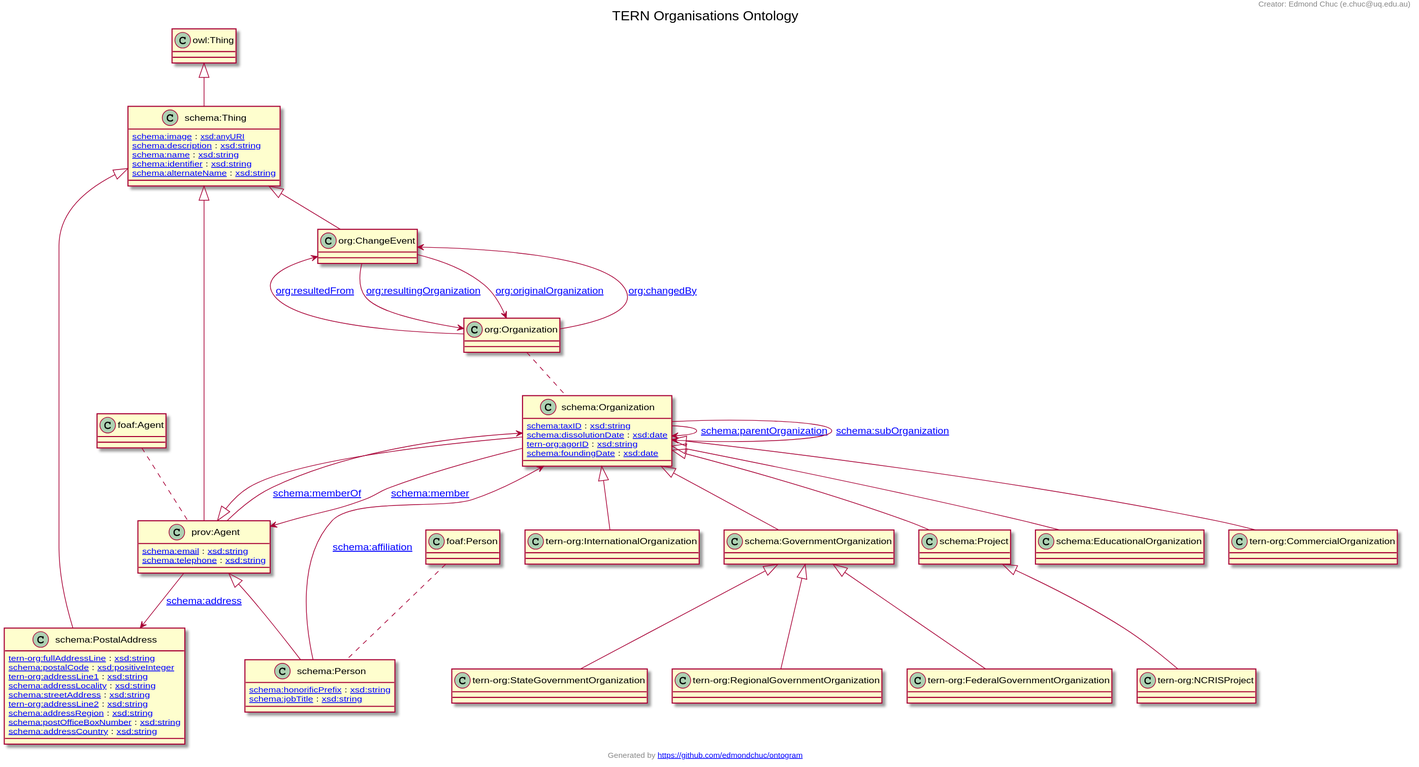
ternaustralia/ontology_tern-org keeps this PlantUML diagram as docs/tern-org.ttl.txt.svg. Above is the earlier version.
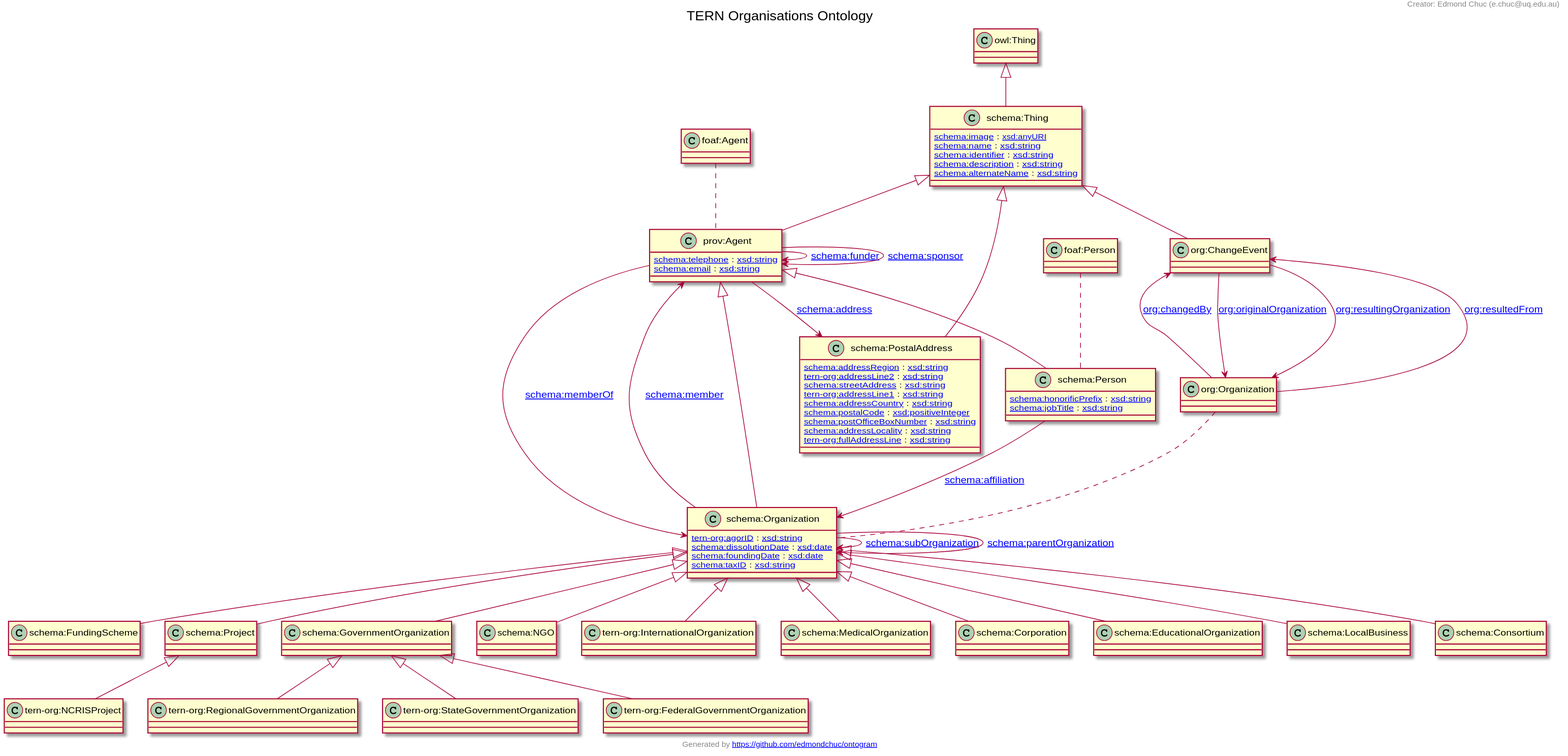
The same diagram one commit later.

Commit message:
Removed tern-org:CommercialOrganization. Added additional specialised organization classes from schema.org. Added schema:sponsor and schema:funder.

The edit, as a diff of the source:
```diff
@@ -1,85 +1,102 @@
 @startuml
 title TERN Organisations Ontology
-"schema:Organization" <|-- "tern-org:CommercialOrganization"
+"schema:Thing" <|-- "prov:Agent"
+"prov:Agent" <|-- "schema:Person"
+"schema:Organization" <|-- "schema:FundingScheme"
+"prov:Agent" <|-- "schema:Organization"
+"schema:Organization" <|-- "schema:Project"
+"schema:GovernmentOrganization" <|-- "tern-org:StateGovernmentOrganization"
+"schema:Organization" <|-- "schema:NGO"
 "schema:GovernmentOrganization" <|-- "tern-org:FederalGovernmentOrganization"
-"schema:GovernmentOrganization" <|-- "tern-org:StateGovernmentOrganization"
-"schema:Organization" <|-- "schema:Project"
-"schema:Thing" <|-- "prov:Agent"
+"schema:Thing" <|-- "org:ChangeEvent"
+"schema:Organization" <|-- "schema:GovernmentOrganization"
 "schema:Organization" <|-- "tern-org:InternationalOrganization"
-"schema:Thing" <|-- "org:ChangeEvent"
-"prov:Agent" <|-- "schema:Organization"
+"schema:Organization" <|-- "schema:MedicalOrganization"
+"schema:Organization" <|-- "schema:Corporation"
+"schema:Project" <|-- "tern-org:NCRISProject"
+"owl:Thing" <|-- "schema:Thing"
 "schema:Thing" <|-- "schema:PostalAddress"
-"schema:Project" <|-- "tern-org:NCRISProject"
+"schema:GovernmentOrganization" <|-- "tern-org:RegionalGovernmentOrganization"
 "schema:Organization" <|-- "schema:EducationalOrganization"
-"schema:GovernmentOrganization" <|-- "tern-org:RegionalGovernmentOrganization"
-"schema:Organization" <|-- "schema:GovernmentOrganization"
-"owl:Thing" <|-- "schema:Thing"
-"prov:Agent" <|-- "schema:Person"
-Class "tern-org:CommercialOrganization" [[https://w3id.org/tern/ontologies/org/CommercialOrganization]] {
-}
-Class "tern-org:FederalGovernmentOrganization" [[https://w3id.org/tern/ontologies/org/FederalGovernmentOrganization]] {
-}
-Class "tern-org:StateGovernmentOrganization" [[https://w3id.org/tern/ontologies/org/StateGovernmentOrganization]] {
-}
-Class "schema:Project" [[http://schema.org/Project]] {
-}
+"schema:Organization" <|-- "schema:LocalBusiness"
+"schema:Organization" <|-- "schema:Consortium"
 Class "prov:Agent" [[http://www.w3.org/ns/prov#Agent]] {
+[[http://schema.org/telephone schema:telephone]] : [[http://www.w3.org/2001/XMLSchema#string xsd:string]]
 [[http://schema.org/email schema:email]] : [[http://www.w3.org/2001/XMLSchema#string xsd:string]]
-[[http://schema.org/telephone schema:telephone]] : [[http://www.w3.org/2001/XMLSchema#string xsd:string]]
-}
-Class "tern-org:InternationalOrganization" [[https://w3id.org/tern/ontologies/org/InternationalOrganization]] {
-}
-Class "org:ChangeEvent" [[http://www.w3.org/ns/org#ChangeEvent]] {
-}
-Class "schema:Organization" [[http://schema.org/Organization]] {
-[[http://schema.org/taxID schema:taxID]] : [[http://www.w3.org/2001/XMLSchema#string xsd:string]]
-[[http://schema.org/dissolutionDate schema:dissolutionDate]] : [[http://www.w3.org/2001/XMLSchema#date xsd:date]]
-[[https://w3id.org/tern/ontologies/org/agorID tern-org:agorID]] : [[http://www.w3.org/2001/XMLSchema#string xsd:string]]
-[[http://schema.org/foundingDate schema:foundingDate]] : [[http://www.w3.org/2001/XMLSchema#date xsd:date]]
-}
-Class "schema:PostalAddress" [[http://schema.org/PostalAddress]] {
-[[https://w3id.org/tern/ontologies/org/fullAddressLine tern-org:fullAddressLine]] : [[http://www.w3.org/2001/XMLSchema#string xsd:string]]
-[[http://schema.org/postalCode schema:postalCode]] : [[http://www.w3.org/2001/XMLSchema#positiveInteger xsd:positiveInteger]]
-[[https://w3id.org/tern/ontologies/org/addressLine1 tern-org:addressLine1]] : [[http://www.w3.org/2001/XMLSchema#string xsd:string]]
-[[http://schema.org/addressLocality schema:addressLocality]] : [[http://www.w3.org/2001/XMLSchema#string xsd:string]]
-[[http://schema.org/streetAddress schema:streetAddress]] : [[http://www.w3.org/2001/XMLSchema#string xsd:string]]
-[[https://w3id.org/tern/ontologies/org/addressLine2 tern-org:addressLine2]] : [[http://www.w3.org/2001/XMLSchema#string xsd:string]]
-[[http://schema.org/addressRegion schema:addressRegion]] : [[http://www.w3.org/2001/XMLSchema#string xsd:string]]
-[[http://schema.org/postOfficeBoxNumber schema:postOfficeBoxNumber]] : [[http://www.w3.org/2001/XMLSchema#string xsd:string]]
-[[http://schema.org/addressCountry schema:addressCountry]] : [[http://www.w3.org/2001/XMLSchema#string xsd:string]]
-}
-Class "tern-org:NCRISProject" [[https://w3id.org/tern/ontologies/org/NCRISProject]] {
-}
-Class "schema:EducationalOrganization" [[http://schema.org/EducationalOrganization]] {
-}
-Class "tern-org:RegionalGovernmentOrganization" [[https://w3id.org/tern/ontologies/org/RegionalGovernmentOrganization]] {
-}
-Class "schema:GovernmentOrganization" [[http://schema.org/GovernmentOrganization]] {
-}
-Class "schema:Thing" [[http://schema.org/Thing]] {
-[[http://schema.org/image schema:image]] : [[http://www.w3.org/2001/XMLSchema#anyURI xsd:anyURI]]
-[[http://schema.org/description schema:description]] : [[http://www.w3.org/2001/XMLSchema#string xsd:string]]
-[[http://schema.org/name schema:name]] : [[http://www.w3.org/2001/XMLSchema#string xsd:string]]
-[[http://schema.org/identifier schema:identifier]] : [[http://www.w3.org/2001/XMLSchema#string xsd:string]]
-[[http://schema.org/alternateName schema:alternateName]] : [[http://www.w3.org/2001/XMLSchema#string xsd:string]]
 }
 Class "schema:Person" [[http://schema.org/Person]] {
 [[http://schema.org/honorificPrefix schema:honorificPrefix]] : [[http://www.w3.org/2001/XMLSchema#string xsd:string]]
 [[http://schema.org/jobTitle schema:jobTitle]] : [[http://www.w3.org/2001/XMLSchema#string xsd:string]]
 }
+Class "schema:FundingScheme" [[http://schema.org/FundingScheme]] {
+}
+Class "schema:Organization" [[http://schema.org/Organization]] {
+[[https://w3id.org/tern/ontologies/org/agorID tern-org:agorID]] : [[http://www.w3.org/2001/XMLSchema#string xsd:string]]
+[[http://schema.org/dissolutionDate schema:dissolutionDate]] : [[http://www.w3.org/2001/XMLSchema#date xsd:date]]
+[[http://schema.org/foundingDate schema:foundingDate]] : [[http://www.w3.org/2001/XMLSchema#date xsd:date]]
+[[http://schema.org/taxID schema:taxID]] : [[http://www.w3.org/2001/XMLSchema#string xsd:string]]
+}
+Class "schema:Project" [[http://schema.org/Project]] {
+}
+Class "tern-org:StateGovernmentOrganization" [[https://w3id.org/tern/ontologies/org/StateGovernmentOrganization]] {
+}
+Class "schema:NGO" [[http://schema.org/NGO]] {
+}
+Class "tern-org:FederalGovernmentOrganization" [[https://w3id.org/tern/ontologies/org/FederalGovernmentOrganization]] {
+}
+Class "org:ChangeEvent" [[http://www.w3.org/ns/org#ChangeEvent]] {
+}
+Class "schema:GovernmentOrganization" [[http://schema.org/GovernmentOrganization]] {
+}
+Class "tern-org:InternationalOrganization" [[https://w3id.org/tern/ontologies/org/InternationalOrganization]] {
+}
+Class "schema:MedicalOrganization" [[http://schema.org/MedicalOrganization]] {
+}
+Class "schema:Corporation" [[http://schema.org/Corporation]] {
+}
+Class "tern-org:NCRISProject" [[https://w3id.org/tern/ontologies/org/NCRISProject]] {
+}
+Class "schema:Thing" [[http://schema.org/Thing]] {
+[[http://schema.org/image schema:image]] : [[http://www.w3.org/2001/XMLSchema#anyURI xsd:anyURI]]
+[[http://schema.org/name schema:name]] : [[http://www.w3.org/2001/XMLSchema#string xsd:string]]
+[[http://schema.org/identifier schema:identifier]] : [[http://www.w3.org/2001/XMLSchema#string xsd:string]]
+[[http://schema.org/description schema:description]] : [[http://www.w3.org/2001/XMLSchema#string xsd:string]]
+[[http://schema.org/alternateName schema:alternateName]] : [[http://www.w3.org/2001/XMLSchema#string xsd:string]]
+}
+Class "schema:PostalAddress" [[http://schema.org/PostalAddress]] {
+[[http://schema.org/addressRegion schema:addressRegion]] : [[http://www.w3.org/2001/XMLSchema#string xsd:string]]
+[[https://w3id.org/tern/ontologies/org/addressLine2 tern-org:addressLine2]] : [[http://www.w3.org/2001/XMLSchema#string xsd:string]]
+[[http://schema.org/streetAddress schema:streetAddress]] : [[http://www.w3.org/2001/XMLSchema#string xsd:string]]
+[[https://w3id.org/tern/ontologies/org/addressLine1 tern-org:addressLine1]] : [[http://www.w3.org/2001/XMLSchema#string xsd:string]]
+[[http://schema.org/addressCountry schema:addressCountry]] : [[http://www.w3.org/2001/XMLSchema#string xsd:string]]
+[[http://schema.org/postalCode schema:postalCode]] : [[http://www.w3.org/2001/XMLSchema#positiveInteger xsd:positiveInteger]]
+[[http://schema.org/postOfficeBoxNumber schema:postOfficeBoxNumber]] : [[http://www.w3.org/2001/XMLSchema#string xsd:string]]
+[[http://schema.org/addressLocality schema:addressLocality]] : [[http://www.w3.org/2001/XMLSchema#string xsd:string]]
+[[https://w3id.org/tern/ontologies/org/fullAddressLine tern-org:fullAddressLine]] : [[http://www.w3.org/2001/XMLSchema#string xsd:string]]
+}
+Class "tern-org:RegionalGovernmentOrganization" [[https://w3id.org/tern/ontologies/org/RegionalGovernmentOrganization]] {
+}
+Class "schema:EducationalOrganization" [[http://schema.org/EducationalOrganization]] {
+}
+Class "schema:LocalBusiness" [[http://schema.org/LocalBusiness]] {
+}
+Class "schema:Consortium" [[http://schema.org/Consortium]] {
+}
 "prov:Agent" --> "schema:Organization" : "[[http://schema.org/memberOf schema:memberOf]]"
+"org:ChangeEvent" --> "org:Organization" : "[[http://www.w3.org/ns/org#originalOrganization org:originalOrganization]]"
+"schema:Organization" --> "schema:Organization" : "[[http://schema.org/subOrganization schema:subOrganization]]"
 "org:ChangeEvent" --> "org:Organization" : "[[http://www.w3.org/ns/org#resultingOrganization org:resultingOrganization]]"
-"org:Organization" --> "org:ChangeEvent" : "[[http://www.w3.org/ns/org#changedBy org:changedBy]]"
-"org:Organization" --> "org:ChangeEvent" : "[[http://www.w3.org/ns/org#resultedFrom org:resultedFrom]]"
+"schema:Organization" --> "prov:Agent" : "[[http://schema.org/member schema:member]]"
+"prov:Agent" --> "prov:Agent" : "[[http://schema.org/funder schema:funder]]"
 "schema:Person" --> "schema:Organization" : "[[http://schema.org/affiliation schema:affiliation]]"
 "prov:Agent" --> "schema:PostalAddress" : "[[http://schema.org/address schema:address]]"
+"prov:Agent" --> "prov:Agent" : "[[http://schema.org/sponsor schema:sponsor]]"
+"org:Organization" --> "org:ChangeEvent" : "[[http://www.w3.org/ns/org#resultedFrom org:resultedFrom]]"
 "schema:Organization" --> "schema:Organization" : "[[http://schema.org/parentOrganization schema:parentOrganization]]"
-"schema:Organization" --> "prov:Agent" : "[[http://schema.org/member schema:member]]"
-"schema:Organization" --> "schema:Organization" : "[[http://schema.org/subOrganization schema:subOrganization]]"
-"org:ChangeEvent" --> "org:Organization" : "[[http://www.w3.org/ns/org#originalOrganization org:originalOrganization]]"
+"org:Organization" --> "org:ChangeEvent" : "[[http://www.w3.org/ns/org#changedBy org:changedBy]]"
 "foaf:Agent" .. "prov:Agent"
+"foaf:Person" .. "schema:Person"
 "org:Organization" .. "schema:Organization"
-"foaf:Person" .. "schema:Person"
 header
 Creator: Edmond Chuc (e.chuc@uq.edu.au)
 endheader
```
